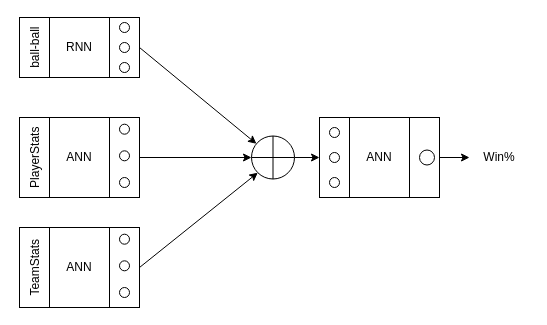
Above: architectureOverview.drawio in Salman-shaik116/localt20 (draw.io), before the change. Source tidied: cells renumbered, new cells numbered last; positions are measured from the earlier drawing's top-left corner, leaving out a move shared by most shapes. Both pictures are drawn from the tidied source at 100%, with x=0, y=0 at pixel (5, 17).
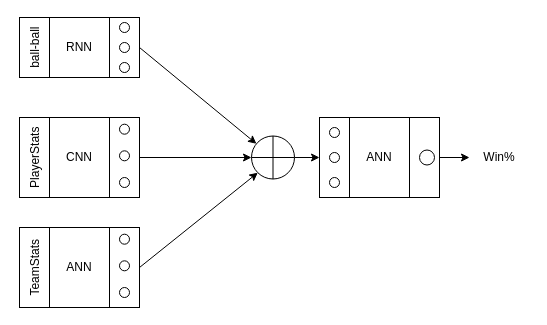
Above is the later version.

Unchanged cells that the change refers to:
```xml
<mxCell id="9" style="group;" parent="1" vertex="1">
  <mxGeometry x="14" y="100" width="120" height="80" as="geometry" />
</mxCell>
```

Change to the diagram source:
```diff
@@
-    <mxCell id="11" value="ANN" style="text;html=1;strokeColor=none;fillColor=none;align=center;verticalAlign=middle;whiteSpace=wrap;rounded=0;" parent="9" vertex="1">
+    <mxCell id="11" value="CNN" style="text;html=1;strokeColor=none;fillColor=none;align=center;verticalAlign=middle;whiteSpace=wrap;rounded=0;" parent="9" vertex="1">
       <mxGeometry x="30" y="20" width="60" height="40" as="geometry" />
     </mxCell>
```
